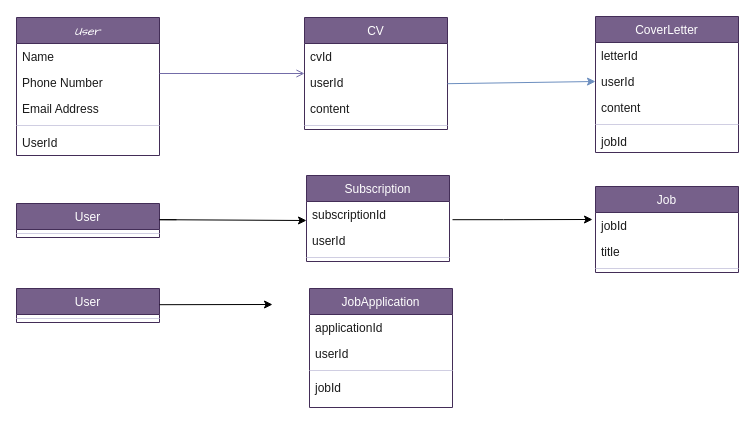
Earlier version of the draw.io diagram Domain Class Diagram.drawio (Cwengii/NextRole). Source tidied: cells renumbered, new cells numbered last; positions are measured from the earlier drawing's top-left corner, leaving out a move shared by most shapes. Both pictures are drawn from the tidied source at 100%, with x=0, y=0 at pixel (16, 16).
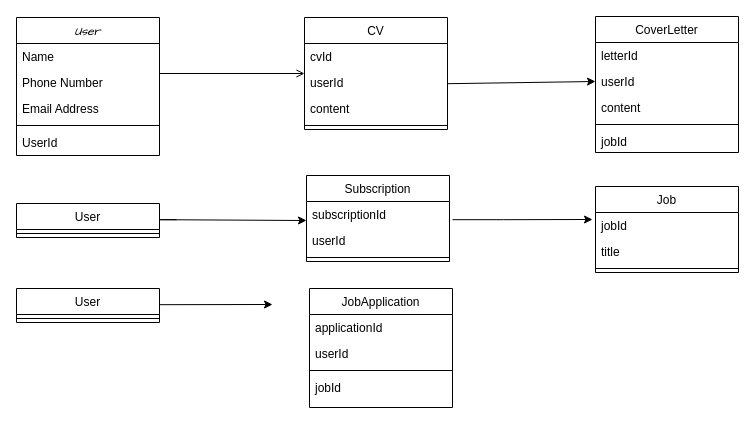
Above is the later version.

The edit, as a diff of the source:
```diff
@@
-    <mxCell id="2" value="User" style="swimlane;fontStyle=2;align=center;verticalAlign=top;horizontal=1;startSize=26;rounded=0;shadow=0;strokeWidth=1;labelBackgroundColor=none;fillColor=#76608a;strokeColor=#432D57;fontColor=#ffffff;fontFamily=Comic Sans MS;" parent="1" vertex="1">
+    <mxCell id="2" value="User" style="swimlane;fontStyle=2;align=center;verticalAlign=top;horizontal=1;startSize=26;rounded=0;shadow=0;strokeWidth=1;labelBackgroundColor=none;fontFamily=Comic Sans MS;" parent="1" vertex="1">
       <mxGeometry y="1" width="143" height="138" as="geometry" />
     </mxCell>
-    <mxCell id="3" value="Name" style="text;align=left;verticalAlign=top;spacingLeft=4;spacingRight=4;overflow=hidden;labelBackgroundColor=none;fontColor=light-dark(#1A1A1A, #000000);shadow=0;" parent="2" vertex="1">
+    <mxCell id="3" value="Name" style="text;align=left;verticalAlign=top;spacingLeft=4;spacingRight=4;overflow=hidden;labelBackgroundColor=none;shadow=0;" parent="2" vertex="1">
       <mxGeometry y="26" width="143" height="26" as="geometry" />
     </mxCell>
-    <mxCell id="4" value="Phone Number" style="text;align=left;verticalAlign=top;spacingLeft=4;spacingRight=4;overflow=hidden;rounded=0;shadow=0;html=0;labelBackgroundColor=none;fontColor=light-dark(#1A1A1A, #000000);" parent="2" vertex="1">
+    <mxCell id="4" value="Phone Number" style="text;align=left;verticalAlign=top;spacingLeft=4;spacingRight=4;overflow=hidden;rounded=0;shadow=0;html=0;labelBackgroundColor=none;" parent="2" vertex="1">
       <mxGeometry y="52" width="143" height="26" as="geometry" />
     </mxCell>
-    <mxCell id="5" value="Email Address" style="text;align=left;verticalAlign=top;spacingLeft=4;spacingRight=4;overflow=hidden;rounded=0;shadow=0;html=0;labelBackgroundColor=none;fontColor=light-dark(#1A1A1A, #000000);" parent="2" vertex="1">
+    <mxCell id="5" value="Email Address" style="text;align=left;verticalAlign=top;spacingLeft=4;spacingRight=4;overflow=hidden;rounded=0;shadow=0;html=0;labelBackgroundColor=none;" parent="2" vertex="1">
       <mxGeometry y="78" width="143" height="26" as="geometry" />
     </mxCell>
-    <mxCell id="6" style="line;html=1;strokeWidth=1;align=left;verticalAlign=middle;spacingTop=-1;spacingLeft=3;spacingRight=3;labelPosition=right;labelBackgroundColor=none;fillColor=#5D7F99;strokeColor=#D0CEE2;fontColor=light-dark(#1A1A1A, #000000);shadow=0;" parent="2" vertex="1">
+    <mxCell id="6" style="line;html=1;strokeWidth=1;align=left;verticalAlign=middle;spacingTop=-1;spacingLeft=3;spacingRight=3;labelPosition=right;labelBackgroundColor=none;shadow=0;" parent="2" vertex="1">
       <mxGeometry y="104" width="143" height="8" as="geometry" />
     </mxCell>
-    <mxCell id="7" value="UserId" style="text;align=left;verticalAlign=top;spacingLeft=4;spacingRight=4;overflow=hidden;labelBackgroundColor=none;fontColor=light-dark(#1A1A1A, #000000);shadow=0;" parent="2" vertex="1">
+    <mxCell id="7" value="UserId" style="text;align=left;verticalAlign=top;spacingLeft=4;spacingRight=4;overflow=hidden;labelBackgroundColor=none;shadow=0;" parent="2" vertex="1">
       <mxGeometry y="112" width="143" height="26" as="geometry" />
     </mxCell>
-    <mxCell id="8" value="User" style="swimlane;fontStyle=0;align=center;verticalAlign=top;horizontal=1;startSize=26;rounded=0;shadow=0;strokeWidth=1;labelBackgroundColor=none;fillColor=#76608a;strokeColor=#432D57;fontColor=#ffffff;" parent="1" vertex="1">
+    <mxCell id="8" value="User" style="swimlane;fontStyle=0;align=center;verticalAlign=top;horizontal=1;startSize=26;rounded=0;shadow=0;strokeWidth=1;labelBackgroundColor=none;" parent="1" vertex="1">
       <mxGeometry y="187" width="143" height="34" as="geometry" />
     </mxCell>
-    <mxCell id="9" style="line;html=1;strokeWidth=1;align=left;verticalAlign=middle;spacingTop=-1;spacingLeft=3;spacingRight=3;labelPosition=right;labelBackgroundColor=none;fillColor=#5D7F99;strokeColor=#D0CEE2;fontColor=light-dark(#1A1A1A, #000000);shadow=0;" parent="8" vertex="1">
+    <mxCell id="9" style="line;html=1;strokeWidth=1;align=left;verticalAlign=middle;spacingTop=-1;spacingLeft=3;spacingRight=3;labelPosition=right;labelBackgroundColor=none;shadow=0;" parent="8" vertex="1">
       <mxGeometry y="26" width="143" height="8" as="geometry" />
     </mxCell>
-    <mxCell id="10" value="User" style="swimlane;fontStyle=0;align=center;verticalAlign=top;horizontal=1;startSize=26;rounded=0;shadow=0;strokeWidth=1;labelBackgroundColor=none;fillColor=#76608a;strokeColor=#432D57;fontColor=#ffffff;" parent="1" vertex="1">
+    <mxCell id="10" value="User" style="swimlane;fontStyle=0;align=center;verticalAlign=top;horizontal=1;startSize=26;rounded=0;shadow=0;strokeWidth=1;labelBackgroundColor=none;" parent="1" vertex="1">
       <mxGeometry y="272" width="143" height="34" as="geometry" />
     </mxCell>
-    <mxCell id="11" style="line;html=1;strokeWidth=1;align=left;verticalAlign=middle;spacingTop=-1;spacingLeft=3;spacingRight=3;labelPosition=right;labelBackgroundColor=none;fillColor=#5D7F99;strokeColor=#D0CEE2;fontColor=light-dark(#1A1A1A, #000000);shadow=0;" parent="10" vertex="1">
+    <mxCell id="11" style="line;html=1;strokeWidth=1;align=left;verticalAlign=middle;spacingTop=-1;spacingLeft=3;spacingRight=3;labelPosition=right;labelBackgroundColor=none;shadow=0;" parent="10" vertex="1">
       <mxGeometry y="26" width="143" height="8" as="geometry" />
     </mxCell>
-    <mxCell id="12" value="CV" style="swimlane;fontStyle=0;align=center;verticalAlign=top;horizontal=1;startSize=26;rounded=0;shadow=0;strokeWidth=1;labelBackgroundColor=none;fillColor=#76608a;fontColor=#ffffff;strokeColor=#432D57;" parent="1" vertex="1">
+    <mxCell id="12" value="CV" style="swimlane;fontStyle=0;align=center;verticalAlign=top;horizontal=1;startSize=26;rounded=0;shadow=0;strokeWidth=1;labelBackgroundColor=none;" parent="1" vertex="1">
       <mxGeometry x="288" y="1" width="143" height="112" as="geometry" />
     </mxCell>
-    <mxCell id="13" value="cvId" style="text;align=left;verticalAlign=top;spacingLeft=4;spacingRight=4;overflow=hidden;labelBackgroundColor=none;fontColor=light-dark(#1A1A1A, #000000);shadow=0;" parent="12" vertex="1">
+    <mxCell id="13" value="cvId" style="text;align=left;verticalAlign=top;spacingLeft=4;spacingRight=4;overflow=hidden;labelBackgroundColor=none;shadow=0;" parent="12" vertex="1">
       <mxGeometry y="26" width="143" height="26" as="geometry" />
     </mxCell>
-    <mxCell id="14" value="userId" style="text;align=left;verticalAlign=top;spacingLeft=4;spacingRight=4;overflow=hidden;rounded=0;shadow=0;html=0;labelBackgroundColor=none;fontColor=light-dark(#1A1A1A, #000000);" parent="12" vertex="1">
+    <mxCell id="14" value="userId" style="text;align=left;verticalAlign=top;spacingLeft=4;spacingRight=4;overflow=hidden;rounded=0;shadow=0;html=0;labelBackgroundColor=none;" parent="12" vertex="1">
       <mxGeometry y="52" width="143" height="26" as="geometry" />
     </mxCell>
-    <mxCell id="15" value="content " style="text;align=left;verticalAlign=top;spacingLeft=4;spacingRight=4;overflow=hidden;rounded=0;shadow=0;html=0;labelBackgroundColor=none;fontColor=light-dark(#1A1A1A, #000000);" parent="12" vertex="1">
+    <mxCell id="15" value="content " style="text;align=left;verticalAlign=top;spacingLeft=4;spacingRight=4;overflow=hidden;rounded=0;shadow=0;html=0;labelBackgroundColor=none;" parent="12" vertex="1">
       <mxGeometry y="78" width="143" height="26" as="geometry" />
     </mxCell>
-    <mxCell id="16" style="line;html=1;strokeWidth=1;align=left;verticalAlign=middle;spacingTop=-1;spacingLeft=3;spacingRight=3;labelPosition=right;labelBackgroundColor=none;fillColor=#5D7F99;strokeColor=#D0CEE2;fontColor=light-dark(#1A1A1A, #000000);shadow=0;" parent="12" vertex="1">
+    <mxCell id="16" style="line;html=1;strokeWidth=1;align=left;verticalAlign=middle;spacingTop=-1;spacingLeft=3;spacingRight=3;labelPosition=right;labelBackgroundColor=none;shadow=0;" parent="12" vertex="1">
       <mxGeometry y="104" width="143" height="8" as="geometry" />
     </mxCell>
-    <mxCell id="17" style="endArrow=open;shadow=0;strokeWidth=1;rounded=0;curved=0;endFill=1;edgeStyle=elbowEdgeStyle;elbow=vertical;labelBackgroundColor=none;strokeColor=#736CA8;fontColor=light-dark(#1A1A1A, #000000);" parent="1" edge="1" source="2" target="12">
+    <mxCell id="17" style="endArrow=open;shadow=0;strokeWidth=1;rounded=0;curved=0;endFill=1;edgeStyle=elbowEdgeStyle;elbow=vertical;labelBackgroundColor=none;fontColor=default;" parent="1" edge="1" source="2" target="12">
       <mxGeometry x="0.5" y="41" relative="1" as="geometry">
         <mxPoint x="-40" y="32" as="offset" />
       </mxGeometry>
     </mxCell>
-    <mxCell id="18" value="CoverLetter" style="swimlane;fontStyle=0;align=center;verticalAlign=top;horizontal=1;startSize=26;rounded=0;shadow=0;strokeWidth=1;labelBackgroundColor=none;fillColor=#76608a;strokeColor=#432D57;fontColor=#ffffff;" parent="1" vertex="1">
+    <mxCell id="18" value="CoverLetter" style="swimlane;fontStyle=0;align=center;verticalAlign=top;horizontal=1;startSize=26;rounded=0;shadow=0;strokeWidth=1;labelBackgroundColor=none;" parent="1" vertex="1">
       <mxGeometry x="579" width="143" height="136" as="geometry" />
     </mxCell>
-    <mxCell id="19" value="letterId" style="text;align=left;verticalAlign=top;spacingLeft=4;spacingRight=4;overflow=hidden;labelBackgroundColor=none;fontColor=light-dark(#1A1A1A, #000000);shadow=0;" parent="18" vertex="1">
+    <mxCell id="19" value="letterId" style="text;align=left;verticalAlign=top;spacingLeft=4;spacingRight=4;overflow=hidden;labelBackgroundColor=none;shadow=0;" parent="18" vertex="1">
       <mxGeometry y="26" width="143" height="26" as="geometry" />
     </mxCell>
-    <mxCell id="20" value="userId" style="text;align=left;verticalAlign=top;spacingLeft=4;spacingRight=4;overflow=hidden;points=[[0,0.5],[1,0.5]];portConstraint=eastwest;rounded=0;shadow=0;html=0;labelBackgroundColor=none;fontColor=light-dark(#1A1A1A, #000000);" parent="18" vertex="1">
+    <mxCell id="20" value="userId" style="text;align=left;verticalAlign=top;spacingLeft=4;spacingRight=4;overflow=hidden;points=[[0,0.5],[1,0.5]];portConstraint=eastwest;rounded=0;shadow=0;html=0;labelBackgroundColor=none;" parent="18" vertex="1">
       <mxGeometry y="52" width="143" height="26" as="geometry" />
     </mxCell>
-    <mxCell id="21" value="content " style="text;align=left;verticalAlign=top;spacingLeft=4;spacingRight=4;overflow=hidden;rounded=0;shadow=0;html=0;labelBackgroundColor=none;fontColor=light-dark(#1A1A1A, #000000);" parent="18" vertex="1">
+    <mxCell id="21" value="content " style="text;align=left;verticalAlign=top;spacingLeft=4;spacingRight=4;overflow=hidden;rounded=0;shadow=0;html=0;labelBackgroundColor=none;" parent="18" vertex="1">
       <mxGeometry y="78" width="143" height="26" as="geometry" />
     </mxCell>
-    <mxCell id="22" style="line;html=1;strokeWidth=1;align=left;verticalAlign=middle;spacingTop=-1;spacingLeft=3;spacingRight=3;labelPosition=right;labelBackgroundColor=none;fillColor=#5D7F99;strokeColor=#D0CEE2;fontColor=light-dark(#1A1A1A, #000000);shadow=0;" parent="18" vertex="1">
+    <mxCell id="22" style="line;html=1;strokeWidth=1;align=left;verticalAlign=middle;spacingTop=-1;spacingLeft=3;spacingRight=3;labelPosition=right;labelBackgroundColor=none;shadow=0;" parent="18" vertex="1">
       <mxGeometry y="104" width="143" height="8" as="geometry" />
     </mxCell>
-    <mxCell id="23" value="jobId" style="text;align=left;verticalAlign=top;spacingLeft=4;spacingRight=4;overflow=hidden;rounded=0;shadow=0;html=0;labelBackgroundColor=none;fontColor=light-dark(#1A1A1A, #000000);" parent="18" vertex="1">
+    <mxCell id="23" value="jobId" style="text;align=left;verticalAlign=top;spacingLeft=4;spacingRight=4;overflow=hidden;rounded=0;shadow=0;html=0;labelBackgroundColor=none;" parent="18" vertex="1">
       <mxGeometry y="112" width="143" height="24" as="geometry" />
     </mxCell>
-    <mxCell id="24" style="edgeStyle=none;jettySize=auto;html=1;rounded=0;fontFamily=Helvetica;fontSize=12;fontColor=light-dark(#1A1A1A, #000000);entryX=0;entryY=0.5;entryDx=0;entryDy=0;fillColor=#dae8fc;strokeColor=#6c8ebf;labelBackgroundColor=none;shadow=0;" parent="1" edge="1" target="20">
+    <mxCell id="24" style="edgeStyle=none;jettySize=auto;html=1;rounded=0;fontFamily=Helvetica;fontSize=12;fontColor=default;entryX=0;entryY=0.5;entryDx=0;entryDy=0;labelBackgroundColor=none;shadow=0;" parent="1" edge="1" target="20">
       <mxGeometry relative="1" as="geometry">
         <mxPoint x="431" y="67.2" as="sourcePoint" />
       </mxGeometry>
     </mxCell>
-    <mxCell id="25" style="edgeStyle=none;orthogonalLoop=1;jettySize=auto;html=1;rounded=0;fontFamily=Helvetica;fontSize=12;fontColor=light-dark(#1A1A1A, #000000);labelBackgroundColor=none;shadow=0;" parent="1" edge="1">
+    <mxCell id="25" style="edgeStyle=none;orthogonalLoop=1;jettySize=auto;html=1;rounded=0;fontFamily=Helvetica;fontSize=12;fontColor=default;labelBackgroundColor=none;shadow=0;" parent="1" edge="1">
       <mxGeometry relative="1" as="geometry">
         <mxPoint x="160" y="203.2" as="sourcePoint" />
         <mxPoint x="290" y="204" as="targetPoint" />
         <Array as="points">
           <mxPoint x="143" y="203.2" />
         </Array>
       </mxGeometry>
     </mxCell>
-    <mxCell id="26" style="edgeStyle=none;orthogonalLoop=1;jettySize=auto;html=1;rounded=0;fontFamily=Helvetica;fontSize=12;fontColor=light-dark(#1A1A1A, #000000);labelBackgroundColor=none;shadow=0;" parent="1" edge="1">
+    <mxCell id="26" style="edgeStyle=none;orthogonalLoop=1;jettySize=auto;html=1;rounded=0;fontFamily=Helvetica;fontSize=12;fontColor=default;labelBackgroundColor=none;shadow=0;" parent="1" edge="1">
       <mxGeometry relative="1" as="geometry">
         <mxPoint x="143" y="288.2" as="sourcePoint" />
         <mxPoint x="256" y="288" as="targetPoint" />
       </mxGeometry>
     </mxCell>
-    <mxCell id="27" value="Subscription" style="swimlane;fontStyle=0;align=center;verticalAlign=top;horizontal=1;startSize=26;rounded=0;shadow=0;strokeWidth=1;labelBackgroundColor=none;fillColor=#76608a;strokeColor=#432D57;fontColor=#ffffff;" parent="1" vertex="1">
+    <mxCell id="27" value="Subscription" style="swimlane;fontStyle=0;align=center;verticalAlign=top;horizontal=1;startSize=26;rounded=0;shadow=0;strokeWidth=1;labelBackgroundColor=none;" parent="1" vertex="1">
       <mxGeometry x="290" y="159" width="143" height="86" as="geometry" />
     </mxCell>
-    <mxCell id="28" value="subscriptionId" style="text;align=left;verticalAlign=top;spacingLeft=4;spacingRight=4;overflow=hidden;labelBackgroundColor=none;fontColor=light-dark(#1A1A1A, #000000);shadow=0;" parent="27" vertex="1">
+    <mxCell id="28" value="subscriptionId" style="text;align=left;verticalAlign=top;spacingLeft=4;spacingRight=4;overflow=hidden;labelBackgroundColor=none;shadow=0;" parent="27" vertex="1">
       <mxGeometry y="26" width="143" height="26" as="geometry" />
     </mxCell>
-    <mxCell id="29" value="userId" style="text;align=left;verticalAlign=top;spacingLeft=4;spacingRight=4;overflow=hidden;rounded=0;shadow=0;html=0;labelBackgroundColor=none;fontColor=light-dark(#1A1A1A, #000000);" parent="27" vertex="1">
+    <mxCell id="29" value="userId" style="text;align=left;verticalAlign=top;spacingLeft=4;spacingRight=4;overflow=hidden;rounded=0;shadow=0;html=0;labelBackgroundColor=none;" parent="27" vertex="1">
       <mxGeometry y="52" width="143" height="26" as="geometry" />
     </mxCell>
-    <mxCell id="30" style="line;html=1;strokeWidth=1;align=left;verticalAlign=middle;spacingTop=-1;spacingLeft=3;spacingRight=3;labelPosition=right;labelBackgroundColor=none;fillColor=#5D7F99;strokeColor=#D0CEE2;fontColor=light-dark(#1A1A1A, #000000);shadow=0;" parent="27" vertex="1">
+    <mxCell id="30" style="line;html=1;strokeWidth=1;align=left;verticalAlign=middle;spacingTop=-1;spacingLeft=3;spacingRight=3;labelPosition=right;labelBackgroundColor=none;shadow=0;" parent="27" vertex="1">
       <mxGeometry y="78" width="143" height="8" as="geometry" />
     </mxCell>
-    <mxCell id="31" value="JobApplication" style="swimlane;fontStyle=0;align=center;verticalAlign=top;horizontal=1;startSize=26;rounded=0;shadow=0;strokeWidth=1;labelBackgroundColor=none;fillColor=#76608a;strokeColor=#432D57;fontColor=#ffffff;" parent="1" vertex="1">
+    <mxCell id="31" value="JobApplication" style="swimlane;fontStyle=0;align=center;verticalAlign=top;horizontal=1;startSize=26;rounded=0;shadow=0;strokeWidth=1;labelBackgroundColor=none;" parent="1" vertex="1">
       <mxGeometry x="293" y="272" width="143" height="119" as="geometry" />
     </mxCell>
-    <mxCell id="32" value="applicationId" style="text;align=left;verticalAlign=top;spacingLeft=4;spacingRight=4;overflow=hidden;labelBackgroundColor=none;fontColor=light-dark(#1A1A1A, #000000);shadow=0;" parent="31" vertex="1">
+    <mxCell id="32" value="applicationId" style="text;align=left;verticalAlign=top;spacingLeft=4;spacingRight=4;overflow=hidden;labelBackgroundColor=none;shadow=0;" parent="31" vertex="1">
       <mxGeometry y="26" width="143" height="26" as="geometry" />
     </mxCell>
-    <mxCell id="33" value="userId" style="text;align=left;verticalAlign=top;spacingLeft=4;spacingRight=4;overflow=hidden;rounded=0;shadow=0;html=0;labelBackgroundColor=none;fontColor=light-dark(#1A1A1A, #000000);" parent="31" vertex="1">
+    <mxCell id="33" value="userId" style="text;align=left;verticalAlign=top;spacingLeft=4;spacingRight=4;overflow=hidden;rounded=0;shadow=0;html=0;labelBackgroundColor=none;" parent="31" vertex="1">
       <mxGeometry y="52" width="143" height="26" as="geometry" />
     </mxCell>
-    <mxCell id="34" style="line;html=1;strokeWidth=1;align=left;verticalAlign=middle;spacingTop=-1;spacingLeft=3;spacingRight=3;labelPosition=right;labelBackgroundColor=none;fillColor=#5D7F99;strokeColor=#D0CEE2;fontColor=light-dark(#1A1A1A, #000000);shadow=0;" parent="31" vertex="1">
+    <mxCell id="34" style="line;html=1;strokeWidth=1;align=left;verticalAlign=middle;spacingTop=-1;spacingLeft=3;spacingRight=3;labelPosition=right;labelBackgroundColor=none;shadow=0;" parent="31" vertex="1">
       <mxGeometry y="78" width="143" height="8" as="geometry" />
     </mxCell>
-    <mxCell id="35" value="jobId" style="text;align=left;verticalAlign=top;spacingLeft=4;spacingRight=4;overflow=hidden;rounded=0;shadow=0;html=0;labelBackgroundColor=none;fontColor=light-dark(#1A1A1A, #000000);" parent="31" vertex="1">
+    <mxCell id="35" value="jobId" style="text;align=left;verticalAlign=top;spacingLeft=4;spacingRight=4;overflow=hidden;rounded=0;shadow=0;html=0;labelBackgroundColor=none;" parent="31" vertex="1">
       <mxGeometry y="86" width="143" height="26" as="geometry" />
     </mxCell>
-    <mxCell id="36" value="Job" style="swimlane;fontStyle=0;align=center;verticalAlign=top;horizontal=1;startSize=26;rounded=0;shadow=0;strokeWidth=1;labelBackgroundColor=none;fillColor=#76608a;strokeColor=#432D57;fontColor=#ffffff;" parent="1" vertex="1">
+    <mxCell id="36" value="Job" style="swimlane;fontStyle=0;align=center;verticalAlign=top;horizontal=1;startSize=26;rounded=0;shadow=0;strokeWidth=1;labelBackgroundColor=none;" parent="1" vertex="1">
       <mxGeometry x="579" y="170" width="143" height="86" as="geometry" />
     </mxCell>
-    <mxCell id="37" value="jobId" style="text;align=left;verticalAlign=top;spacingLeft=4;spacingRight=4;overflow=hidden;labelBackgroundColor=none;fontColor=light-dark(#1A1A1A, #000000);shadow=0;" parent="36" vertex="1">
+    <mxCell id="37" value="jobId" style="text;align=left;verticalAlign=top;spacingLeft=4;spacingRight=4;overflow=hidden;labelBackgroundColor=none;shadow=0;" parent="36" vertex="1">
       <mxGeometry y="26" width="143" height="26" as="geometry" />
     </mxCell>
-    <mxCell id="38" value="title" style="text;align=left;verticalAlign=top;spacingLeft=4;spacingRight=4;overflow=hidden;rounded=0;shadow=0;html=0;labelBackgroundColor=none;fontColor=light-dark(#1A1A1A, #000000);" parent="36" vertex="1">
+    <mxCell id="38" value="title" style="text;align=left;verticalAlign=top;spacingLeft=4;spacingRight=4;overflow=hidden;rounded=0;shadow=0;html=0;labelBackgroundColor=none;" parent="36" vertex="1">
       <mxGeometry y="52" width="143" height="26" as="geometry" />
     </mxCell>
-    <mxCell id="39" style="line;html=1;strokeWidth=1;align=left;verticalAlign=middle;spacingTop=-1;spacingLeft=3;spacingRight=3;labelPosition=right;labelBackgroundColor=none;fillColor=#5D7F99;strokeColor=#D0CEE2;fontColor=light-dark(#1A1A1A, #000000);shadow=0;" parent="36" vertex="1">
+    <mxCell id="39" style="line;html=1;strokeWidth=1;align=left;verticalAlign=middle;spacingTop=-1;spacingLeft=3;spacingRight=3;labelPosition=right;labelBackgroundColor=none;shadow=0;" parent="36" vertex="1">
       <mxGeometry y="78" width="143" height="8" as="geometry" />
     </mxCell>
-    <mxCell id="40" style="edgeStyle=none;orthogonalLoop=1;jettySize=auto;html=1;rounded=0;fontFamily=Helvetica;fontSize=12;fontColor=light-dark(#1A1A1A, #000000);labelBackgroundColor=none;shadow=0;" parent="1" edge="1">
+    <mxCell id="40" style="edgeStyle=none;orthogonalLoop=1;jettySize=auto;html=1;rounded=0;fontFamily=Helvetica;fontSize=12;fontColor=default;labelBackgroundColor=none;shadow=0;" parent="1" edge="1">
       <mxGeometry relative="1" as="geometry">
         <mxPoint x="436" y="203.2" as="sourcePoint" />
         <mxPoint x="576" y="203" as="targetPoint" />
         <Array as="points">
           <mxPoint x="487" y="203.2" />
         </Array>
       </mxGeometry>
     </mxCell>
```
